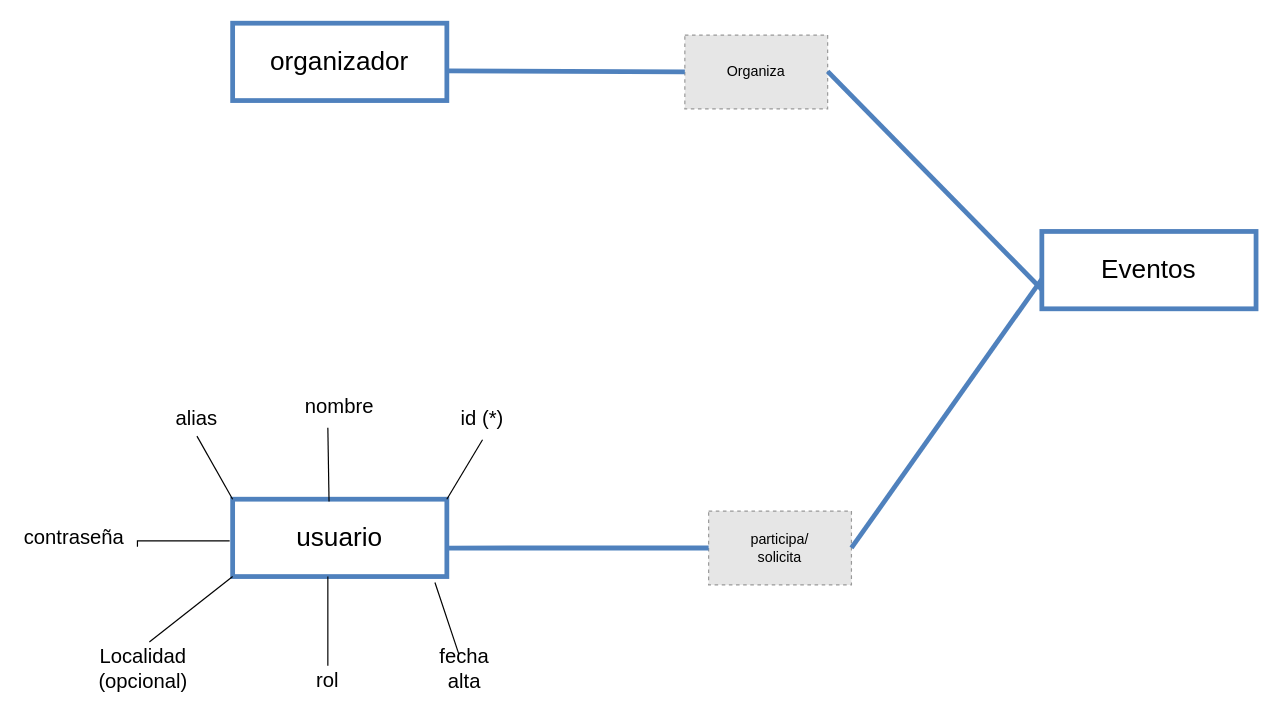
Above: Proyecto Intermodular/bd.drawio in raulopsanch/DAW2 (draw.io), before the change. Source tidied: cells renumbered, new cells numbered last; positions are measured from the earlier drawing's top-left corner, leaving out a move shared by most shapes. Both pictures are drawn from the tidied source at 119%, with x=0, y=0 at pixel (20, 23). Pictures stored in the file or linked from it are replaced by grey dashed boxes.
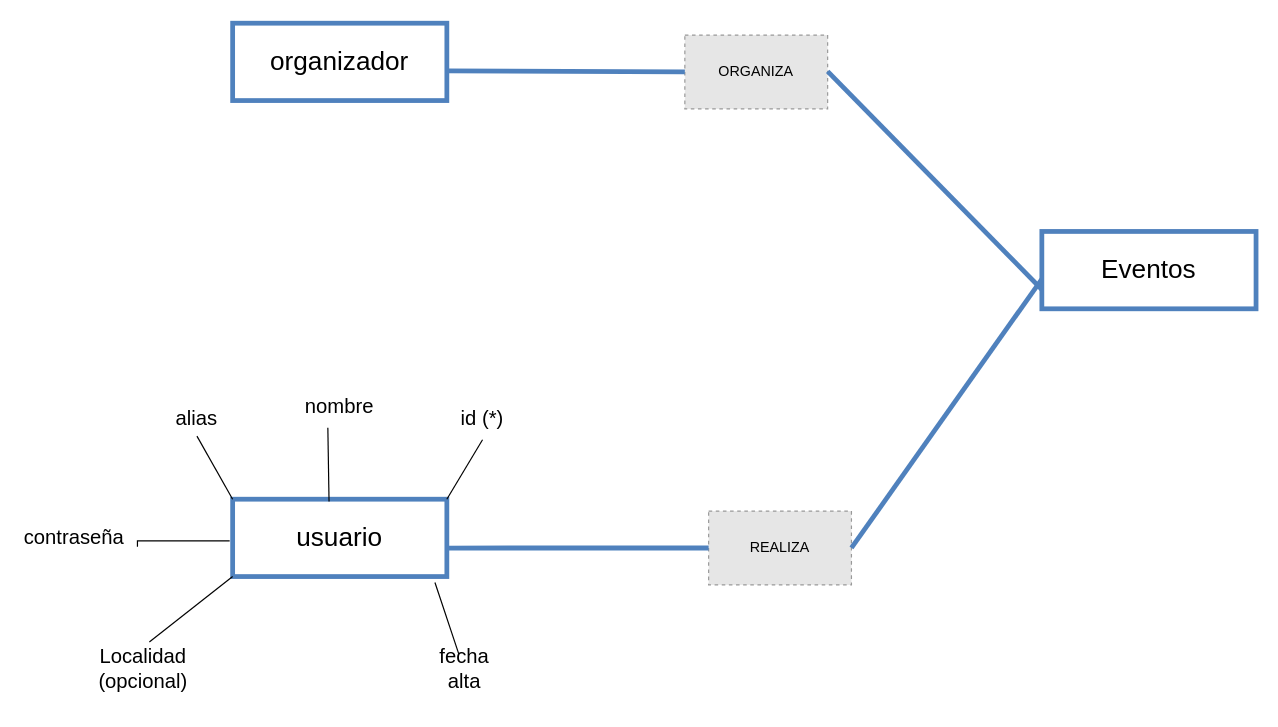
The same diagram, later.

Commit message (it also covers changes not shown here):
Diseño y bbdd

What changed in the source:
```diff
@@
-    <mxCell id="4" value="participa/&lt;br&gt;solicita" style="fillColor=#E6E6E6;strokeColor=#999999;dashed=1;html=1;whiteSpace=wrap;" parent="1" vertex="1">
+    <mxCell id="4" value="REALIZA" style="fillColor=#E6E6E6;strokeColor=#999999;dashed=1;html=1;whiteSpace=wrap;" parent="1" vertex="1">
       <mxGeometry x="578" y="410" width="120" height="62" as="geometry" />
     </mxCell>
@@
-    <mxCell id="17" style="edgeStyle=none;rounded=0;html=1;endArrow=none;startArrow=none;strokeColor=#000000;strokeWidth=1;defaultLabelBackgroundColor=page;" parent="1" edge="1">
-      <mxGeometry relative="1" as="geometry">
-        <mxPoint x="258" y="540" as="sourcePoint" />
-        <mxPoint x="258" y="465" as="targetPoint" />
-      </mxGeometry>
-    </mxCell>
-    <mxCell id="18" value="rol" style="text;html=1;strokeColor=none;fillColor=none;whiteSpace=wrap;fontSize=17;fontColor=#000000;align=center;verticalAlign=middle;" parent="1" vertex="1">
-      <mxGeometry x="238" y="530" width="40" height="45" as="geometry" />
-    </mxCell>
@@
-    <mxCell id="22" value="Organiza" style="fillColor=#E6E6E6;strokeColor=#999999;dashed=1;html=1;whiteSpace=wrap;" parent="1" vertex="1">
+    <mxCell id="22" value="ORGANIZA" style="fillColor=#E6E6E6;strokeColor=#999999;dashed=1;html=1;whiteSpace=wrap;" parent="1" vertex="1">
       <mxGeometry x="558" y="10" width="120" height="62" as="geometry" />
     </mxCell>
```
